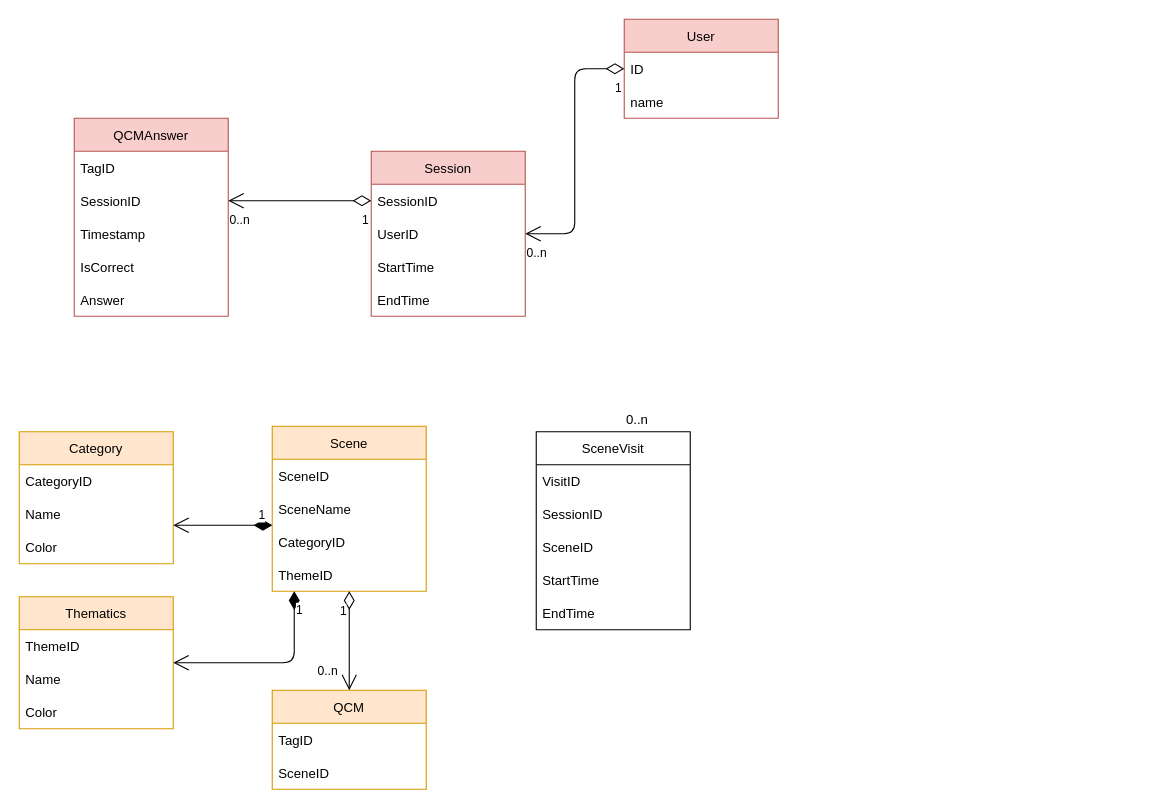
The draw.io diagram Untitled Diagram.drawio in TienYou-Nathan/UptaleDataAnalysis, before the edit. Source tidied: cells renumbered, new cells numbered last; positions are measured from the earlier drawing's top-left corner, leaving out a move shared by most shapes. Both pictures are drawn from the tidied source at 110%, with x=0, y=0 at pixel (19, 19).
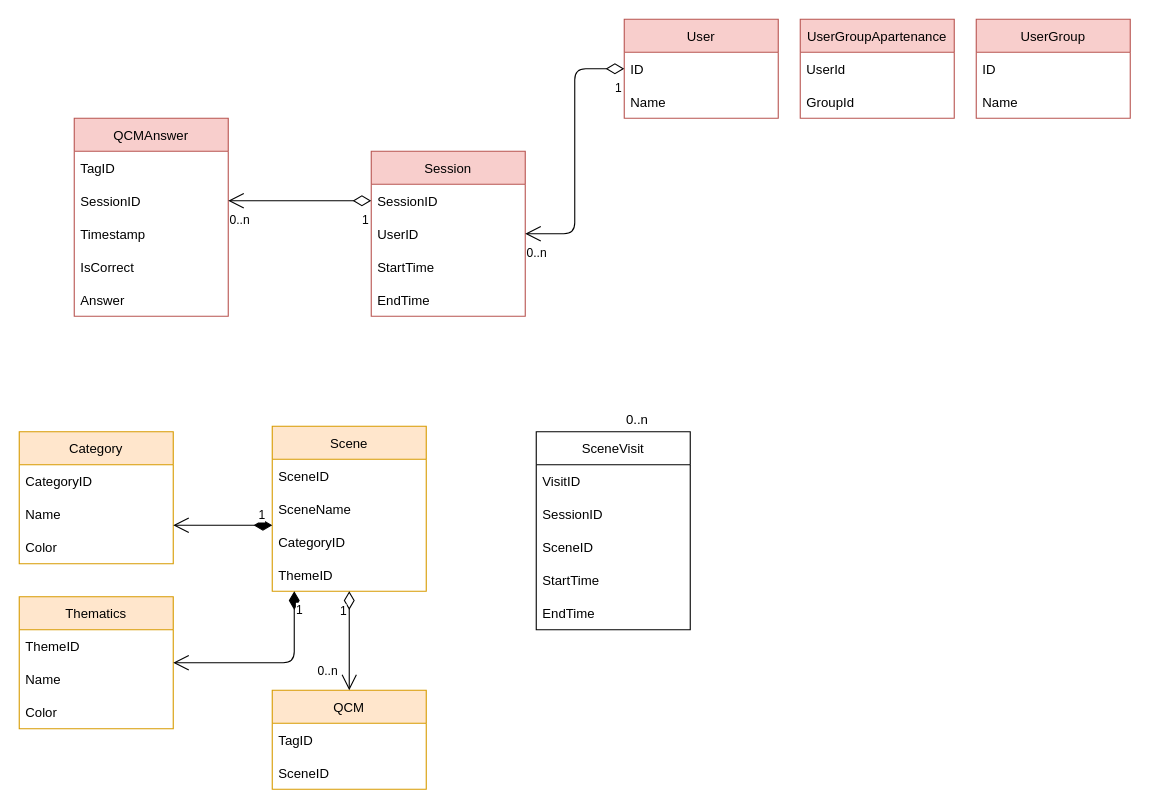
Above is the later version.

Unchanged cells that the change refers to:
```xml
<mxCell id="2" value="User" style="swimlane;fontStyle=0;horizontal=1;startSize=30;fillColor=#f8cecc;strokeColor=#b85450;" parent="1" vertex="1">
  <mxGeometry x="550" width="140" height="90" as="geometry" />
</mxCell>
```

Diff of the diagram source:
```diff
@@
-    <mxCell id="4" value="name" style="text;strokeColor=none;fillColor=none;align=left;verticalAlign=middle;spacingLeft=4;spacingRight=4;overflow=hidden;" parent="2" vertex="1">
+    <mxCell id="4" value="Name" style="text;strokeColor=none;fillColor=none;align=left;verticalAlign=middle;spacingLeft=4;spacingRight=4;overflow=hidden;" parent="2" vertex="1">
       <mxGeometry y="60" width="140" height="30" as="geometry" />
     </mxCell>
@@
+    <mxCell id="50" value="UserGroup" style="swimlane;fontStyle=0;horizontal=1;startSize=30;fillColor=#f8cecc;strokeColor=#b85450;" parent="1" vertex="1">
+      <mxGeometry x="870" width="140" height="90" as="geometry" />
+    </mxCell>
+    <mxCell id="51" value="ID" style="text;strokeColor=none;fillColor=none;align=left;verticalAlign=middle;spacingLeft=4;spacingRight=4;overflow=hidden;" parent="50" vertex="1">
+      <mxGeometry y="30" width="140" height="30" as="geometry" />
+    </mxCell>
+    <mxCell id="52" value="Name" style="text;strokeColor=none;fillColor=none;align=left;verticalAlign=middle;spacingLeft=4;spacingRight=4;overflow=hidden;" parent="50" vertex="1">
+      <mxGeometry y="60" width="140" height="30" as="geometry" />
+    </mxCell>
+    <mxCell id="53" value="UserGroupApartenance" style="swimlane;fontStyle=0;horizontal=1;startSize=30;fillColor=#f8cecc;strokeColor=#b85450;" parent="1" vertex="1">
+      <mxGeometry x="710" width="140" height="90" as="geometry" />
+    </mxCell>
+    <mxCell id="54" value="UserId" style="text;strokeColor=none;fillColor=none;align=left;verticalAlign=middle;spacingLeft=4;spacingRight=4;overflow=hidden;" parent="53" vertex="1">
+      <mxGeometry y="30" width="140" height="30" as="geometry" />
+    </mxCell>
+    <mxCell id="55" value="GroupId" style="text;strokeColor=none;fillColor=none;align=left;verticalAlign=middle;spacingLeft=4;spacingRight=4;overflow=hidden;" parent="53" vertex="1">
+      <mxGeometry y="60" width="140" height="30" as="geometry" />
+    </mxCell>
```
